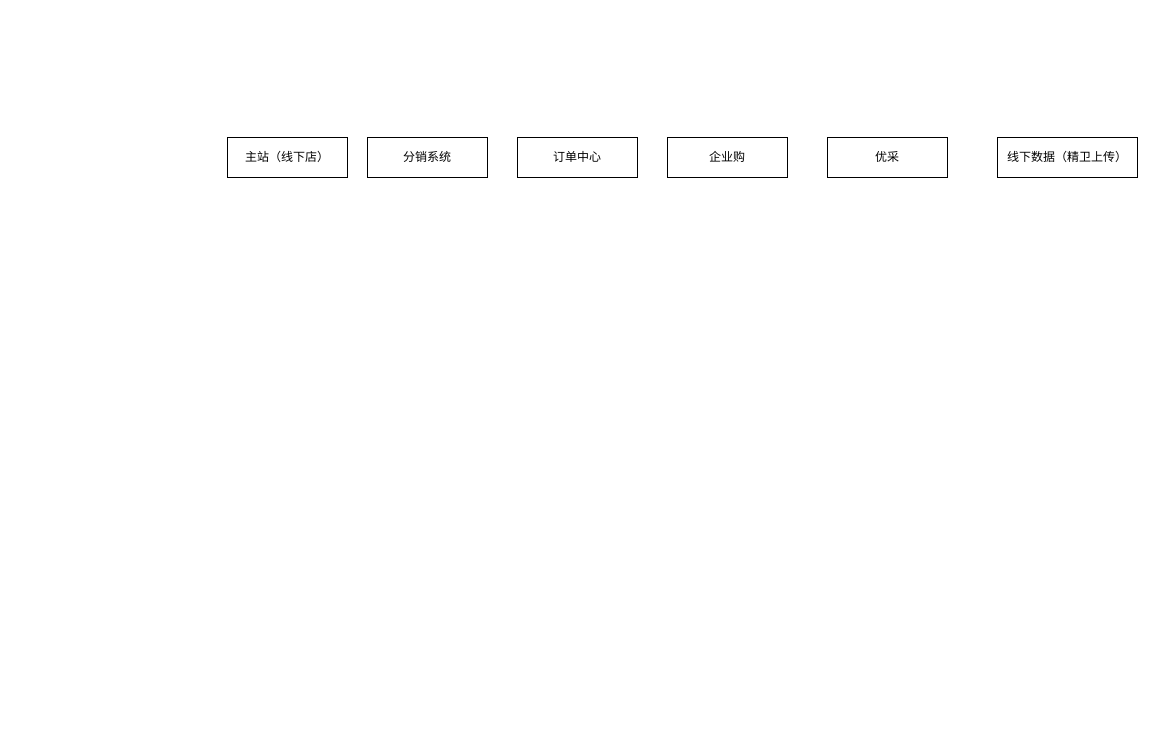
Earlier version of the draw.io diagram polaris.drawio (mineminemine123/work-wiki). Source tidied: cells renumbered, new cells numbered last; positions are measured from the earlier drawing's top-left corner, leaving out a move shared by most shapes. Both pictures are drawn from the tidied source at 100%, with x=0, y=0 at pixel (227, 137).
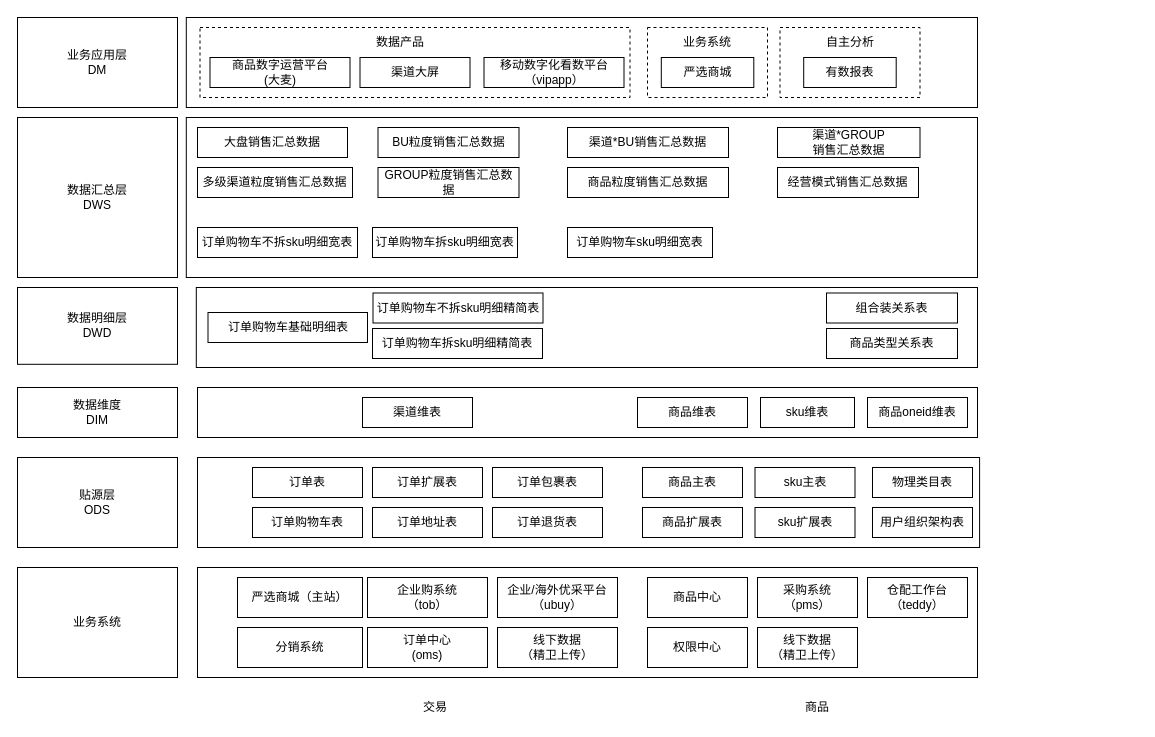
After the change.

The edit, as a diff of the source:
```diff
@@
+    <mxCell id="8" style="rounded=0;whiteSpace=wrap;html=1;fontStyle=0;fontFamily=微软雅黑;" parent="1" vertex="1">
+      <mxGeometry x="-41.2" y="-20" width="791.2" height="160" as="geometry" />
+    </mxCell>
+    <mxCell id="9" style="rounded=0;whiteSpace=wrap;html=1;fontStyle=0;fontFamily=微软雅黑;" parent="1" vertex="1">
+      <mxGeometry x="-41.2" y="-120" width="791.2" height="90" as="geometry" />
+    </mxCell>
+    <mxCell id="10" style="rounded=0;whiteSpace=wrap;html=1;fontStyle=0;fontFamily=微软雅黑;" parent="1" vertex="1">
+      <mxGeometry x="-31.2" y="150" width="781.2" height="80" as="geometry" />
+    </mxCell>
+    <mxCell id="11" style="rounded=0;whiteSpace=wrap;html=1;fontStyle=0;fontFamily=微软雅黑;" parent="1" vertex="1">
+      <mxGeometry x="-30" y="250" width="780" height="50" as="geometry" />
+    </mxCell>
+    <mxCell id="12" style="rounded=0;whiteSpace=wrap;html=1;fontStyle=0;fontFamily=微软雅黑;" parent="1" vertex="1">
+      <mxGeometry x="-30" y="320" width="782.1" height="90" as="geometry" />
+    </mxCell>
+    <mxCell id="13" style="rounded=0;whiteSpace=wrap;html=1;fontStyle=0;fontFamily=微软雅黑;" parent="1" vertex="1">
+      <mxGeometry x="-30" y="430" width="780" height="110" as="geometry" />
+    </mxCell>
+    <mxCell id="14" value="业务系统" style="rounded=0;whiteSpace=wrap;html=1;fontStyle=0;fontFamily=微软雅黑;" parent="1" vertex="1">
+      <mxGeometry x="-210" y="430" width="160" height="110" as="geometry" />
+    </mxCell>
+    <mxCell id="15" style="rounded=0;whiteSpace=wrap;html=1;fontStyle=0;fontFamily=微软雅黑;dashed=1;" parent="1" vertex="1">
+      <mxGeometry x="-27.5" y="-110" width="430" height="70" as="geometry" />
+    </mxCell>
-    <mxCell id="2" value="主站（线下店）" style="rounded=0;whiteSpace=wrap;html=1;" parent="1" vertex="1">
-      <mxGeometry width="120" height="40" as="geometry" />
+    <mxCell id="2" value="严选商城（主站）" style="rounded=0;whiteSpace=wrap;html=1;fontStyle=0;fontFamily=微软雅黑;" parent="1" vertex="1">
+      <mxGeometry x="10" y="440" width="125" height="40" as="geometry" />
     </mxCell>
-    <mxCell id="3" value="分销系统" style="rounded=0;whiteSpace=wrap;html=1;" parent="1" vertex="1">
-      <mxGeometry x="140" width="120" height="40" as="geometry" />
+    <mxCell id="3" value="分销系统" style="rounded=0;whiteSpace=wrap;html=1;fontStyle=0;fontFamily=微软雅黑;" parent="1" vertex="1">
+      <mxGeometry x="10" y="490" width="125" height="40" as="geometry" />
     </mxCell>
-    <mxCell id="4" value="订单中心" style="rounded=0;whiteSpace=wrap;html=1;" parent="1" vertex="1">
-      <mxGeometry x="290" width="120" height="40" as="geometry" />
+    <mxCell id="4" value="订单中心&lt;br&gt;(oms)" style="rounded=0;whiteSpace=wrap;html=1;fontStyle=0;fontFamily=微软雅黑;" parent="1" vertex="1">
+      <mxGeometry x="140" y="490" width="120" height="40" as="geometry" />
     </mxCell>
-    <mxCell id="5" value="企业购" style="rounded=0;whiteSpace=wrap;html=1;" parent="1" vertex="1">
-      <mxGeometry x="440" width="120" height="40" as="geometry" />
+    <mxCell id="5" value="企业购系统&lt;br&gt;（tob）" style="rounded=0;whiteSpace=wrap;html=1;fontStyle=0;fontFamily=微软雅黑;" parent="1" vertex="1">
+      <mxGeometry x="140" y="440" width="120" height="40" as="geometry" />
     </mxCell>
-    <mxCell id="6" value="优采" style="rounded=0;whiteSpace=wrap;html=1;" parent="1" vertex="1">
-      <mxGeometry x="600" width="120" height="40" as="geometry" />
-    </mxCell>
-    <mxCell id="7" value="线下数据（精卫上传）" style="rounded=0;whiteSpace=wrap;html=1;" parent="1" vertex="1">
-      <mxGeometry x="770" width="140" height="40" as="geometry" />
+    <mxCell id="7" value="线下数据&lt;br&gt;（精卫上传）" style="rounded=0;whiteSpace=wrap;html=1;fontStyle=0;fontFamily=微软雅黑;" parent="1" vertex="1">
+      <mxGeometry x="270" y="490" width="120" height="40" as="geometry" />
     </mxCell>
+    <mxCell id="16" value="贴源层&lt;br&gt;ODS" style="rounded=0;whiteSpace=wrap;html=1;fontStyle=0;fontFamily=微软雅黑;" parent="1" vertex="1">
+      <mxGeometry x="-210" y="320" width="160" height="90" as="geometry" />
+    </mxCell>
+    <mxCell id="17" value="数据明细层&lt;br&gt;DWD" style="rounded=0;whiteSpace=wrap;html=1;fontStyle=0;fontFamily=微软雅黑;" parent="1" vertex="1">
+      <mxGeometry x="-210" y="150" width="160" height="76.8" as="geometry" />
+    </mxCell>
+    <mxCell id="18" value="数据汇总层&lt;br&gt;DWS" style="rounded=0;whiteSpace=wrap;html=1;fontStyle=0;fontFamily=微软雅黑;" parent="1" vertex="1">
+      <mxGeometry x="-210" y="-20" width="160" height="160" as="geometry" />
+    </mxCell>
+    <mxCell id="19" value="业务应用层&lt;br&gt;DM" style="rounded=0;whiteSpace=wrap;html=1;fontStyle=0;fontFamily=微软雅黑;" parent="1" vertex="1">
+      <mxGeometry x="-210" y="-120" width="160" height="90" as="geometry" />
+    </mxCell>
+    <mxCell id="20" value="数据维度&lt;br&gt;DIM" style="rounded=0;whiteSpace=wrap;html=1;fontStyle=0;fontFamily=微软雅黑;" parent="1" vertex="1">
+      <mxGeometry x="-210" y="250" width="160" height="50" as="geometry" />
+    </mxCell>
+    <mxCell id="21" value="企业/海外优采平台&lt;br&gt;（ubuy）" style="rounded=0;whiteSpace=wrap;html=1;fontStyle=0;fontFamily=微软雅黑;" parent="1" vertex="1">
+      <mxGeometry x="270" y="440" width="120" height="40" as="geometry" />
+    </mxCell>
+    <mxCell id="22" value="交易" style="text;html=1;strokeColor=none;fillColor=none;align=center;verticalAlign=middle;whiteSpace=wrap;rounded=0;horizontal=0;rotation=90;" parent="1" vertex="1">
+      <mxGeometry x="195" y="500" width="25" height="140" as="geometry" />
+    </mxCell>
+    <mxCell id="23" value="商品中心" style="rounded=0;whiteSpace=wrap;html=1;fontStyle=0;fontFamily=微软雅黑;" parent="1" vertex="1">
+      <mxGeometry x="420" y="440" width="100" height="40" as="geometry" />
+    </mxCell>
+    <mxCell id="24" value="采购系统&lt;br&gt;（pms）" style="rounded=0;whiteSpace=wrap;html=1;fontStyle=0;fontFamily=微软雅黑;" parent="1" vertex="1">
+      <mxGeometry x="530" y="440" width="100" height="40" as="geometry" />
+    </mxCell>
+    <mxCell id="25" value="仓配工作台&lt;br&gt;（teddy）" style="rounded=0;whiteSpace=wrap;html=1;fontStyle=0;fontFamily=微软雅黑;" parent="1" vertex="1">
+      <mxGeometry x="640" y="440" width="100" height="40" as="geometry" />
+    </mxCell>
+    <mxCell id="26" value="权限中心" style="rounded=0;whiteSpace=wrap;html=1;fontStyle=0;fontFamily=微软雅黑;" parent="1" vertex="1">
+      <mxGeometry x="420" y="490" width="100" height="40" as="geometry" />
+    </mxCell>
+    <mxCell id="27" value="订单表" style="rounded=0;whiteSpace=wrap;html=1;fontStyle=0;fontFamily=微软雅黑;" parent="1" vertex="1">
+      <mxGeometry x="25" y="330" width="110" height="30" as="geometry" />
+    </mxCell>
+    <mxCell id="28" value="订单地址表" style="rounded=0;whiteSpace=wrap;html=1;fontStyle=0;fontFamily=微软雅黑;" parent="1" vertex="1">
+      <mxGeometry x="145" y="370" width="110" height="30" as="geometry" />
+    </mxCell>
+    <mxCell id="29" value="订单购物车表" style="rounded=0;whiteSpace=wrap;html=1;fontStyle=0;fontFamily=微软雅黑;" parent="1" vertex="1">
+      <mxGeometry x="25" y="370" width="110" height="30" as="geometry" />
+    </mxCell>
+    <mxCell id="30" value="商品主表" style="rounded=0;whiteSpace=wrap;html=1;fontStyle=0;fontFamily=微软雅黑;" parent="1" vertex="1">
+      <mxGeometry x="415" y="330" width="100" height="30" as="geometry" />
+    </mxCell>
+    <mxCell id="31" value="商品扩展表" style="rounded=0;whiteSpace=wrap;html=1;fontStyle=0;fontFamily=微软雅黑;" parent="1" vertex="1">
+      <mxGeometry x="415" y="370" width="100" height="30" as="geometry" />
+    </mxCell>
+    <mxCell id="32" value="sku主表" style="rounded=0;whiteSpace=wrap;html=1;fontStyle=0;fontFamily=微软雅黑;" parent="1" vertex="1">
+      <mxGeometry x="527.5" y="330" width="100" height="30" as="geometry" />
+    </mxCell>
+    <mxCell id="33" value="sku扩展表" style="rounded=0;whiteSpace=wrap;html=1;fontStyle=0;fontFamily=微软雅黑;" parent="1" vertex="1">
+      <mxGeometry x="527.5" y="370" width="100" height="30" as="geometry" />
+    </mxCell>
+    <mxCell id="34" value="订单扩展表" style="rounded=0;whiteSpace=wrap;html=1;fontStyle=0;fontFamily=微软雅黑;" parent="1" vertex="1">
+      <mxGeometry x="145" y="330" width="110" height="30" as="geometry" />
+    </mxCell>
+    <mxCell id="35" value="订单包裹表" style="rounded=0;whiteSpace=wrap;html=1;fontStyle=0;fontFamily=微软雅黑;" parent="1" vertex="1">
+      <mxGeometry x="265" y="330" width="110" height="30" as="geometry" />
+    </mxCell>
+    <mxCell id="36" value="渠道维表" style="rounded=0;whiteSpace=wrap;html=1;fontStyle=0;fontFamily=微软雅黑;" parent="1" vertex="1">
+      <mxGeometry x="135" y="260" width="110" height="30" as="geometry" />
+    </mxCell>
+    <mxCell id="37" value="商品维表" style="rounded=0;whiteSpace=wrap;html=1;fontStyle=0;fontFamily=微软雅黑;" parent="1" vertex="1">
+      <mxGeometry x="410" y="260" width="110" height="30" as="geometry" />
+    </mxCell>
+    <mxCell id="38" value="sku维表" style="rounded=0;whiteSpace=wrap;html=1;fontStyle=0;fontFamily=微软雅黑;" parent="1" vertex="1">
+      <mxGeometry x="533" y="260" width="94" height="30" as="geometry" />
+    </mxCell>
+    <mxCell id="39" value="商品数字运营平台&lt;br&gt;(大麦)" style="rounded=0;whiteSpace=wrap;html=1;fontStyle=0;fontFamily=微软雅黑;" parent="1" vertex="1">
+      <mxGeometry x="-17.5" y="-80" width="140" height="30" as="geometry" />
+    </mxCell>
+    <mxCell id="40" value="移动数字化看数平台&lt;br&gt;（vipapp）" style="rounded=0;whiteSpace=wrap;html=1;fontStyle=0;fontFamily=微软雅黑;" parent="1" vertex="1">
+      <mxGeometry x="256.5" y="-80" width="140" height="30" as="geometry" />
+    </mxCell>
+    <mxCell id="41" style="rounded=0;whiteSpace=wrap;html=1;fontStyle=0;fontFamily=微软雅黑;dashed=1;" parent="1" vertex="1">
+      <mxGeometry x="552.5" y="-110" width="140" height="70" as="geometry" />
+    </mxCell>
+    <mxCell id="42" value="渠道大屏" style="rounded=0;whiteSpace=wrap;html=1;fontStyle=0;fontFamily=微软雅黑;" parent="1" vertex="1">
+      <mxGeometry x="132.5" y="-80" width="110" height="30" as="geometry" />
+    </mxCell>
+    <mxCell id="43" value="订单退货表" style="rounded=0;whiteSpace=wrap;html=1;fontStyle=0;fontFamily=微软雅黑;" parent="1" vertex="1">
+      <mxGeometry x="265" y="370" width="110" height="30" as="geometry" />
+    </mxCell>
+    <mxCell id="44" value="物理类目表" style="rounded=0;whiteSpace=wrap;html=1;fontStyle=0;fontFamily=微软雅黑;" parent="1" vertex="1">
+      <mxGeometry x="645" y="330" width="100" height="30" as="geometry" />
+    </mxCell>
+    <mxCell id="45" value="用户组织架构表" style="rounded=0;whiteSpace=wrap;html=1;fontStyle=0;fontFamily=微软雅黑;" parent="1" vertex="1">
+      <mxGeometry x="645" y="370" width="100" height="30" as="geometry" />
+    </mxCell>
+    <mxCell id="46" style="rounded=0;whiteSpace=wrap;html=1;fontStyle=0;fontFamily=微软雅黑;dashed=1;" parent="1" vertex="1">
+      <mxGeometry x="420" y="-110" width="120" height="70" as="geometry" />
+    </mxCell>
+    <mxCell id="47" value="严选商城" style="rounded=0;whiteSpace=wrap;html=1;fontStyle=0;fontFamily=微软雅黑;" parent="1" vertex="1">
+      <mxGeometry x="433.8" y="-80" width="92.5" height="30" as="geometry" />
+    </mxCell>
+    <mxCell id="48" value="业务系统" style="text;html=1;strokeColor=none;fillColor=none;align=center;verticalAlign=middle;whiteSpace=wrap;rounded=0;" parent="1" vertex="1">
+      <mxGeometry x="450" y="-110" width="60" height="30" as="geometry" />
+    </mxCell>
+    <mxCell id="49" value="数据产品" style="text;html=1;strokeColor=none;fillColor=none;align=center;verticalAlign=middle;whiteSpace=wrap;rounded=0;" parent="1" vertex="1">
+      <mxGeometry x="142.5" y="-110" width="60" height="30" as="geometry" />
+    </mxCell>
+    <mxCell id="50" value="自主分析" style="text;html=1;strokeColor=none;fillColor=none;align=center;verticalAlign=middle;whiteSpace=wrap;rounded=0;" parent="1" vertex="1">
+      <mxGeometry x="592.5" y="-110" width="60" height="30" as="geometry" />
+    </mxCell>
+    <mxCell id="51" value="有数报表" style="rounded=0;whiteSpace=wrap;html=1;fontStyle=0;fontFamily=微软雅黑;" parent="1" vertex="1">
+      <mxGeometry x="576.2" y="-80" width="92.5" height="30" as="geometry" />
+    </mxCell>
+    <mxCell id="52" value="组合装关系表" style="rounded=0;whiteSpace=wrap;html=1;fontStyle=0;fontFamily=微软雅黑;" parent="1" vertex="1">
+      <mxGeometry x="599" y="155.5" width="131" height="30" as="geometry" />
+    </mxCell>
+    <mxCell id="53" value="商品oneid维表" style="rounded=0;whiteSpace=wrap;html=1;fontStyle=0;fontFamily=微软雅黑;" parent="1" vertex="1">
+      <mxGeometry x="640" y="260" width="100" height="30" as="geometry" />
+    </mxCell>
+    <mxCell id="54" value="多级渠道粒度销售汇总数据" style="rounded=0;whiteSpace=wrap;html=1;fontStyle=0;fontFamily=微软雅黑;" parent="1" vertex="1">
+      <mxGeometry x="-30" y="30" width="155" height="30" as="geometry" />
+    </mxCell>
+    <mxCell id="55" value="商品粒度销售汇总数据" style="rounded=0;whiteSpace=wrap;html=1;fontStyle=0;fontFamily=微软雅黑;" parent="1" vertex="1">
+      <mxGeometry x="340" y="30" width="161" height="30" as="geometry" />
+    </mxCell>
+    <mxCell id="56" value="BU粒度销售汇总数据" style="rounded=0;whiteSpace=wrap;html=1;fontStyle=0;fontFamily=微软雅黑;" parent="1" vertex="1">
+      <mxGeometry x="150.5" y="-10" width="141" height="30" as="geometry" />
+    </mxCell>
+    <mxCell id="57" value="GROUP粒度销售汇总数据" style="rounded=0;whiteSpace=wrap;html=1;fontStyle=0;fontFamily=微软雅黑;" parent="1" vertex="1">
+      <mxGeometry x="150.5" y="30" width="141" height="30" as="geometry" />
+    </mxCell>
+    <mxCell id="58" value="大盘销售汇总数据" style="rounded=0;whiteSpace=wrap;html=1;fontStyle=0;fontFamily=微软雅黑;" parent="1" vertex="1">
+      <mxGeometry x="-30" y="-10" width="150" height="30" as="geometry" />
+    </mxCell>
+    <mxCell id="59" value="渠道*BU销售汇总数据" style="rounded=0;whiteSpace=wrap;html=1;fontStyle=0;fontFamily=微软雅黑;" parent="1" vertex="1">
+      <mxGeometry x="340" y="-10" width="161" height="30" as="geometry" />
+    </mxCell>
+    <mxCell id="60" value="渠道*GROUP&lt;br&gt;销售汇总数据" style="rounded=0;whiteSpace=wrap;html=1;fontStyle=0;fontFamily=微软雅黑;" parent="1" vertex="1">
+      <mxGeometry x="550" y="-10" width="142.5" height="30" as="geometry" />
+    </mxCell>
+    <mxCell id="61" value="经营模式销售汇总数据" style="rounded=0;whiteSpace=wrap;html=1;fontStyle=0;fontFamily=微软雅黑;" parent="1" vertex="1">
+      <mxGeometry x="550" y="30" width="141" height="30" as="geometry" />
+    </mxCell>
+    <mxCell id="62" value="订单购物车不拆sku明细精简表" style="rounded=0;whiteSpace=wrap;html=1;fontStyle=0;fontFamily=微软雅黑;" parent="1" vertex="1">
+      <mxGeometry x="145.5" y="155.5" width="170" height="30" as="geometry" />
+    </mxCell>
+    <mxCell id="63" value="订单购物车不拆sku明细宽表" style="rounded=0;whiteSpace=wrap;html=1;fontStyle=0;fontFamily=微软雅黑;" parent="1" vertex="1">
+      <mxGeometry x="-30" y="90" width="160" height="30" as="geometry" />
+    </mxCell>
+    <mxCell id="64" value="商品类型关系表" style="rounded=0;whiteSpace=wrap;html=1;fontStyle=0;fontFamily=微软雅黑;" parent="1" vertex="1">
+      <mxGeometry x="599" y="191" width="131" height="30" as="geometry" />
+    </mxCell>
+    <mxCell id="65" value="线下数据&lt;br&gt;（精卫上传）" style="rounded=0;whiteSpace=wrap;html=1;fontStyle=0;fontFamily=微软雅黑;" parent="1" vertex="1">
+      <mxGeometry x="530" y="490" width="100" height="40" as="geometry" />
+    </mxCell>
+    <mxCell id="66" value="商品" style="text;html=1;strokeColor=none;fillColor=none;align=center;verticalAlign=middle;whiteSpace=wrap;rounded=0;horizontal=0;rotation=90;" parent="1" vertex="1">
+      <mxGeometry x="577.2" y="500" width="25" height="140" as="geometry" />
+    </mxCell>
+    <mxCell id="67" value="订单购物车拆sku明细宽表" style="rounded=0;whiteSpace=wrap;html=1;fontStyle=0;fontFamily=微软雅黑;" parent="1" vertex="1">
+      <mxGeometry x="145" y="90" width="145" height="30" as="geometry" />
+    </mxCell>
+    <mxCell id="68" value="订单购物车拆sku明细精简表" style="rounded=0;whiteSpace=wrap;html=1;fontStyle=0;fontFamily=微软雅黑;" parent="1" vertex="1">
+      <mxGeometry x="145" y="191" width="170" height="30" as="geometry" />
+    </mxCell>
+    <mxCell id="69" value="订单购物车基础明细表" style="rounded=0;whiteSpace=wrap;html=1;fontStyle=0;fontFamily=微软雅黑;" parent="1" vertex="1">
+      <mxGeometry x="-19.5" y="175" width="159.5" height="30" as="geometry" />
+    </mxCell>
+    <mxCell id="70" value="订单购物车sku明细宽表" style="rounded=0;whiteSpace=wrap;html=1;fontStyle=0;fontFamily=微软雅黑;" parent="1" vertex="1">
+      <mxGeometry x="340" y="90" width="145" height="30" as="geometry" />
+    </mxCell>
```
